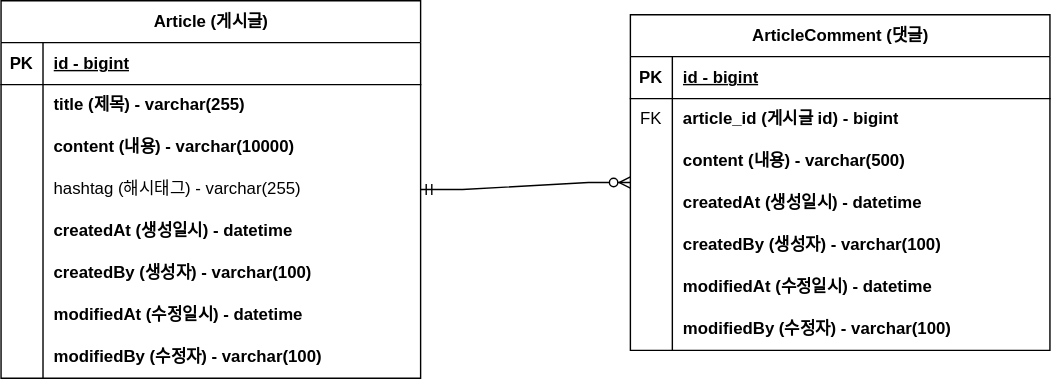
wch-os/board-project keeps this draw.io diagram as document/board-project-ERD.svg. Above is the earlier version. Source tidied: cells renumbered, new cells last; positions are measured from the earlier drawing's top-left corner, leaving out a move shared by most shapes.
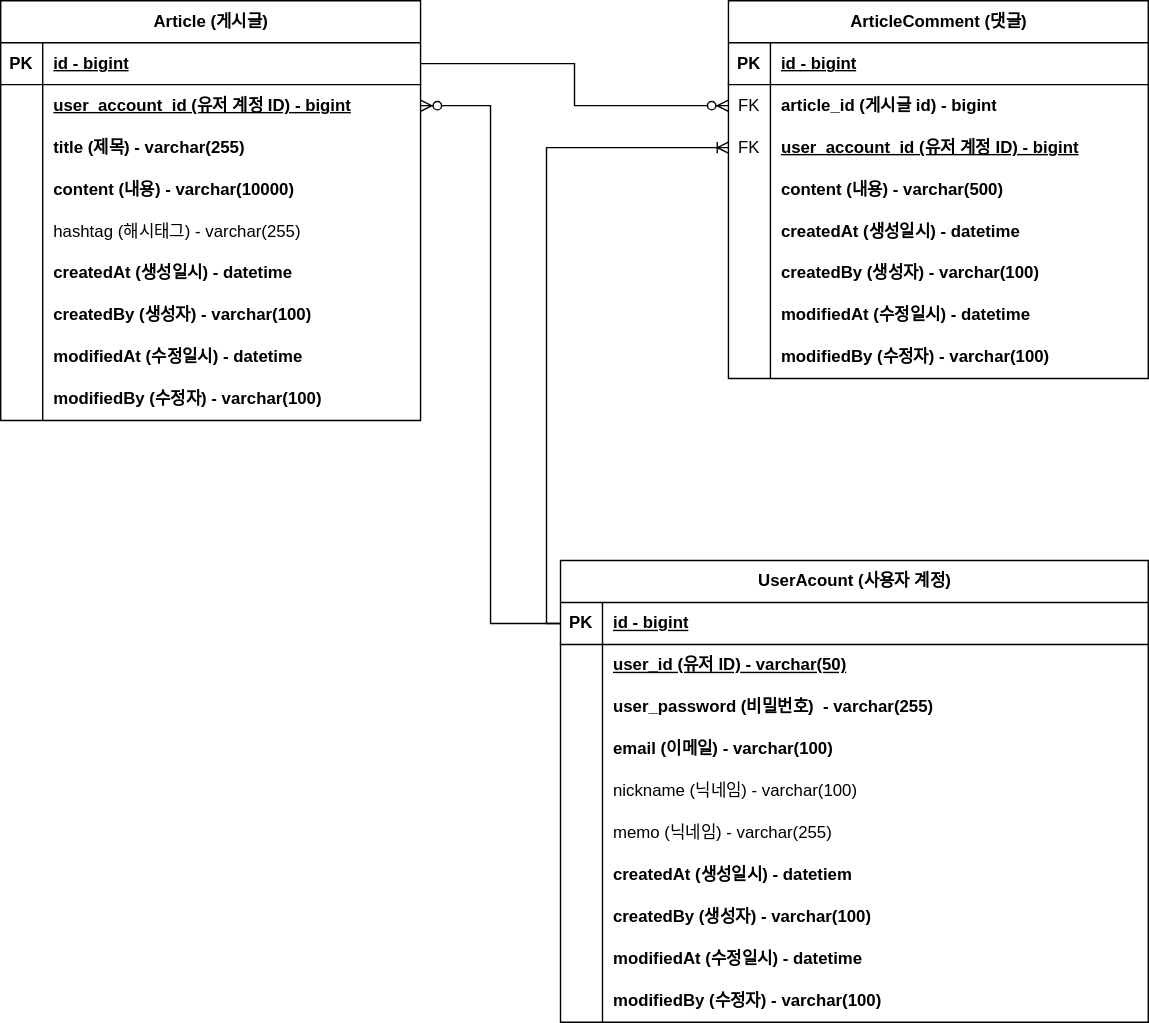
Above is the later version.

Commit message:
#19 - UserAccount 도메인 추가. board-project-ERD.svg update

Diff of the diagram source:
```diff
@@ -3,7 +3,7 @@
     <mxCell id="0" />
     <mxCell id="1" parent="0" />
     <mxCell id="2" value="Article (게시글)" style="shape=table;startSize=30;rowLines=0;fontStyle=1;align=center;html=1;" parent="1" vertex="1">
-      <mxGeometry width="300" height="270" as="geometry" />
+      <mxGeometry width="300" height="300" as="geometry" />
     </mxCell>
     <mxCell id="3" style="shape=tableRow;horizontal=0;startSize=0;swimlaneHead=0;swimlaneBody=0;fillColor=none;points=[[0,0.5],[1,0.5]];portConstraint=eastwest;top=0;left=0;right=0;bottom=1;" parent="2" vertex="1">
       <mxGeometry y="30" width="300" height="30" as="geometry" />
@@ -20,11 +20,20 @@
     <mxCell id="7" style="shape=partialRectangle;fillColor=none;top=0;left=0;bottom=0;right=0;overflow=hidden;whiteSpace=wrap;html=1;" parent="6" vertex="1">
       <mxGeometry width="30" height="30" as="geometry" />
     </mxCell>
-    <mxCell id="8" value="title (제목) - varchar(255)" style="shape=partialRectangle;fillColor=none;top=0;left=0;bottom=0;right=0;align=left;spacingLeft=6;overflow=hidden;whiteSpace=wrap;html=1;fontStyle=1;" parent="6" vertex="1">
+    <mxCell id="8" value="&lt;span style=&quot;text-decoration-line: underline;&quot;&gt;user_account_id (유저 계정 ID) - bigint&lt;/span&gt;" style="shape=partialRectangle;fillColor=none;top=0;left=0;bottom=0;right=0;align=left;spacingLeft=6;overflow=hidden;whiteSpace=wrap;html=1;fontStyle=1;" parent="6" vertex="1">
       <mxGeometry x="30" width="270" height="30" as="geometry" />
     </mxCell>
+    <mxCell id="50" style="shape=tableRow;horizontal=0;startSize=0;swimlaneHead=0;swimlaneBody=0;fillColor=none;top=0;left=0;right=0;bottom=0;" parent="2" vertex="1">
+      <mxGeometry y="90" width="300" height="30" as="geometry" />
+    </mxCell>
+    <mxCell id="51" style="shape=partialRectangle;fillColor=none;top=0;left=0;bottom=0;right=0;overflow=hidden;whiteSpace=wrap;html=1;" parent="50" vertex="1">
+      <mxGeometry width="30" height="30" as="geometry" />
+    </mxCell>
+    <mxCell id="52" value="title (제목) - varchar(255)" style="shape=partialRectangle;fillColor=none;top=0;left=0;bottom=0;right=0;align=left;spacingLeft=6;overflow=hidden;whiteSpace=wrap;html=1;fontStyle=1;" parent="50" vertex="1">
+      <mxGeometry x="30" width="270" height="30" as="geometry" />
+    </mxCell>
     <mxCell id="9" style="shape=tableRow;horizontal=0;startSize=0;swimlaneHead=0;swimlaneBody=0;fillColor=none;top=0;left=0;right=0;bottom=0;" parent="2" vertex="1">
-      <mxGeometry y="90" width="300" height="30" as="geometry" />
+      <mxGeometry y="120" width="300" height="30" as="geometry" />
     </mxCell>
     <mxCell id="10" style="shape=partialRectangle;fillColor=none;top=0;left=0;bottom=0;right=0;overflow=hidden;whiteSpace=wrap;html=1;" parent="9" vertex="1">
       <mxGeometry width="30" height="30" as="geometry" />
@@ -33,7 +42,7 @@
       <mxGeometry x="30" width="270" height="30" as="geometry" />
     </mxCell>
     <mxCell id="12" style="shape=tableRow;horizontal=0;startSize=0;swimlaneHead=0;swimlaneBody=0;fillColor=none;points=[[0,0.5],[1,0.5]];portConstraint=eastwest;top=0;left=0;right=0;bottom=0;" parent="2" vertex="1">
-      <mxGeometry y="120" width="300" height="30" as="geometry" />
+      <mxGeometry y="150" width="300" height="30" as="geometry" />
     </mxCell>
     <mxCell id="13" style="shape=partialRectangle;fillColor=none;top=0;left=0;bottom=0;right=0;overflow=hidden;whiteSpace=wrap;html=1;" parent="12" vertex="1">
       <mxGeometry width="30" height="30" as="geometry" />
@@ -42,7 +51,7 @@
       <mxGeometry x="30" width="270" height="30" as="geometry" />
     </mxCell>
     <mxCell id="15" style="shape=tableRow;horizontal=0;startSize=0;swimlaneHead=0;swimlaneBody=0;fillColor=none;top=0;left=0;right=0;bottom=0;" parent="2" vertex="1">
-      <mxGeometry y="150" width="300" height="30" as="geometry" />
+      <mxGeometry y="180" width="300" height="30" as="geometry" />
     </mxCell>
     <mxCell id="16" style="shape=partialRectangle;fillColor=none;top=0;left=0;bottom=0;right=0;overflow=hidden;whiteSpace=wrap;html=1;" parent="15" vertex="1">
       <mxGeometry width="30" height="30" as="geometry" />
@@ -51,7 +60,7 @@
       <mxGeometry x="30" width="270" height="30" as="geometry" />
     </mxCell>
     <mxCell id="18" style="shape=tableRow;horizontal=0;startSize=0;swimlaneHead=0;swimlaneBody=0;fillColor=none;top=0;left=0;right=0;bottom=0;" parent="2" vertex="1">
-      <mxGeometry y="180" width="300" height="30" as="geometry" />
+      <mxGeometry y="210" width="300" height="30" as="geometry" />
     </mxCell>
     <mxCell id="19" style="shape=partialRectangle;fillColor=none;top=0;left=0;bottom=0;right=0;overflow=hidden;whiteSpace=wrap;html=1;" parent="18" vertex="1">
       <mxGeometry width="30" height="30" as="geometry" />
@@ -60,7 +69,7 @@
       <mxGeometry x="30" width="270" height="30" as="geometry" />
     </mxCell>
     <mxCell id="21" style="shape=tableRow;horizontal=0;startSize=0;swimlaneHead=0;swimlaneBody=0;fillColor=none;top=0;left=0;right=0;bottom=0;" parent="2" vertex="1">
-      <mxGeometry y="210" width="300" height="30" as="geometry" />
+      <mxGeometry y="240" width="300" height="30" as="geometry" />
     </mxCell>
     <mxCell id="22" style="shape=partialRectangle;fillColor=none;top=0;left=0;bottom=0;right=0;overflow=hidden;whiteSpace=wrap;html=1;" parent="21" vertex="1">
       <mxGeometry width="30" height="30" as="geometry" />
@@ -69,7 +78,7 @@
       <mxGeometry x="30" width="270" height="30" as="geometry" />
     </mxCell>
     <mxCell id="24" style="shape=tableRow;horizontal=0;startSize=0;swimlaneHead=0;swimlaneBody=0;fillColor=none;top=0;left=0;right=0;bottom=0;" parent="2" vertex="1">
-      <mxGeometry y="240" width="300" height="30" as="geometry" />
+      <mxGeometry y="270" width="300" height="30" as="geometry" />
     </mxCell>
     <mxCell id="25" style="shape=partialRectangle;fillColor=none;top=0;left=0;bottom=0;right=0;overflow=hidden;whiteSpace=wrap;html=1;" parent="24" vertex="1">
       <mxGeometry width="30" height="30" as="geometry" />
@@ -78,7 +87,7 @@
       <mxGeometry x="30" width="270" height="30" as="geometry" />
     </mxCell>
     <mxCell id="27" value="ArticleComment (댓글)" style="shape=table;startSize=30;rowLines=0;fontStyle=1;align=center;html=1;" parent="1" vertex="1">
-      <mxGeometry x="450" y="10" width="300" height="240" as="geometry" />
+      <mxGeometry x="520" width="300" height="270" as="geometry" />
     </mxCell>
     <mxCell id="28" style="shape=tableRow;horizontal=0;startSize=0;swimlaneHead=0;swimlaneBody=0;fillColor=none;top=0;left=0;right=0;bottom=1;" parent="27" vertex="1">
       <mxGeometry y="30" width="300" height="30" as="geometry" />
@@ -98,8 +107,17 @@
     <mxCell id="33" value="article_id (게시글 id) - bigint" style="shape=partialRectangle;fillColor=none;top=0;left=0;bottom=0;right=0;align=left;spacingLeft=6;overflow=hidden;whiteSpace=wrap;html=1;fontStyle=1;" parent="31" vertex="1">
       <mxGeometry x="30" width="270" height="30" as="geometry" />
     </mxCell>
+    <mxCell id="53" style="shape=tableRow;horizontal=0;startSize=0;swimlaneHead=0;swimlaneBody=0;fillColor=none;points=[[0,0.5],[1,0.5]];portConstraint=eastwest;top=0;left=0;right=0;bottom=0;" parent="27" vertex="1">
+      <mxGeometry y="90" width="300" height="30" as="geometry" />
+    </mxCell>
+    <mxCell id="54" value="FK" style="shape=partialRectangle;fillColor=none;top=0;left=0;bottom=0;right=0;overflow=hidden;whiteSpace=wrap;html=1;" parent="53" vertex="1">
+      <mxGeometry width="30" height="30" as="geometry" />
+    </mxCell>
+    <mxCell id="55" value="&lt;span style=&quot;text-decoration-line: underline;&quot;&gt;user_account_id (유저 계정 ID) - bigint&lt;/span&gt;" style="shape=partialRectangle;fillColor=none;top=0;left=0;bottom=0;right=0;align=left;spacingLeft=6;overflow=hidden;whiteSpace=wrap;html=1;fontStyle=1;" parent="53" vertex="1">
+      <mxGeometry x="30" width="270" height="30" as="geometry" />
+    </mxCell>
     <mxCell id="34" style="shape=tableRow;horizontal=0;startSize=0;swimlaneHead=0;swimlaneBody=0;fillColor=none;top=0;left=0;right=0;bottom=0;" parent="27" vertex="1">
-      <mxGeometry y="90" width="300" height="30" as="geometry" />
+      <mxGeometry y="120" width="300" height="30" as="geometry" />
     </mxCell>
     <mxCell id="35" style="shape=partialRectangle;fillColor=none;top=0;left=0;bottom=0;right=0;overflow=hidden;whiteSpace=wrap;html=1;" parent="34" vertex="1">
       <mxGeometry width="30" height="30" as="geometry" />
@@ -108,7 +126,7 @@
       <mxGeometry x="30" width="270" height="30" as="geometry" />
     </mxCell>
     <mxCell id="37" style="shape=tableRow;horizontal=0;startSize=0;swimlaneHead=0;swimlaneBody=0;fillColor=none;top=0;left=0;right=0;bottom=0;" parent="27" vertex="1">
-      <mxGeometry y="120" width="300" height="30" as="geometry" />
+      <mxGeometry y="150" width="300" height="30" as="geometry" />
     </mxCell>
     <mxCell id="38" style="shape=partialRectangle;fillColor=none;top=0;left=0;bottom=0;right=0;overflow=hidden;whiteSpace=wrap;html=1;" parent="37" vertex="1">
       <mxGeometry width="30" height="30" as="geometry" />
@@ -117,7 +135,7 @@
       <mxGeometry x="30" width="270" height="30" as="geometry" />
     </mxCell>
     <mxCell id="40" style="shape=tableRow;horizontal=0;startSize=0;swimlaneHead=0;swimlaneBody=0;fillColor=none;top=0;left=0;right=0;bottom=0;" parent="27" vertex="1">
-      <mxGeometry y="150" width="300" height="30" as="geometry" />
+      <mxGeometry y="180" width="300" height="30" as="geometry" />
     </mxCell>
     <mxCell id="41" style="shape=partialRectangle;fillColor=none;top=0;left=0;bottom=0;right=0;overflow=hidden;whiteSpace=wrap;html=1;" parent="40" vertex="1">
       <mxGeometry width="30" height="30" as="geometry" />
@@ -126,7 +144,7 @@
       <mxGeometry x="30" width="270" height="30" as="geometry" />
     </mxCell>
     <mxCell id="43" style="shape=tableRow;horizontal=0;startSize=0;swimlaneHead=0;swimlaneBody=0;fillColor=none;top=0;left=0;right=0;bottom=0;" parent="27" vertex="1">
-      <mxGeometry y="180" width="300" height="30" as="geometry" />
+      <mxGeometry y="210" width="300" height="30" as="geometry" />
     </mxCell>
     <mxCell id="44" style="shape=partialRectangle;fillColor=none;top=0;left=0;bottom=0;right=0;overflow=hidden;whiteSpace=wrap;html=1;" parent="43" vertex="1">
       <mxGeometry width="30" height="30" as="geometry" />
@@ -135,7 +153,7 @@
       <mxGeometry x="30" width="270" height="30" as="geometry" />
     </mxCell>
     <mxCell id="46" style="shape=tableRow;horizontal=0;startSize=0;swimlaneHead=0;swimlaneBody=0;fillColor=none;top=0;left=0;right=0;bottom=0;" parent="27" vertex="1">
-      <mxGeometry y="210" width="300" height="30" as="geometry" />
+      <mxGeometry y="240" width="300" height="30" as="geometry" />
     </mxCell>
     <mxCell id="47" style="shape=partialRectangle;fillColor=none;top=0;left=0;bottom=0;right=0;overflow=hidden;whiteSpace=wrap;html=1;" parent="46" vertex="1">
       <mxGeometry width="30" height="30" as="geometry" />
@@ -143,8 +161,107 @@
     <mxCell id="48" value="modifiedBy (수정자) - varchar(100)" style="shape=partialRectangle;fillColor=none;top=0;left=0;bottom=0;right=0;align=left;spacingLeft=6;overflow=hidden;whiteSpace=wrap;html=1;fontStyle=1;" parent="46" vertex="1">
       <mxGeometry x="30" width="270" height="30" as="geometry" />
     </mxCell>
-    <mxCell id="49" style="edgeStyle=entityRelationEdgeStyle;fontSize=12;html=1;endArrow=ERzeroToMany;startArrow=ERmandOne;rounded=0;exitX=1;exitY=0.5;exitDx=0;exitDy=0;" parent="1" edge="1" source="12" target="27">
-      <mxGeometry relative="1" as="geometry" />
-    </mxCell>
+    <mxCell id="56" style="edgeStyle=orthogonalEdgeStyle;fontSize=12;html=1;endArrow=ERzeroToMany;endFill=1;rounded=0;exitX=1;exitY=0.5;exitDx=0;exitDy=0;entryX=0;entryY=0.5;entryDx=0;entryDy=0;" parent="1" edge="1" source="3" target="31">
+      <mxGeometry relative="1" as="geometry" />
+    </mxCell>
+    <mxCell id="57" value="UserAcount (사용자 계정)" style="shape=table;startSize=30;rowLines=0;fontStyle=1;align=center;html=1;" parent="1" vertex="1">
+      <mxGeometry x="400" y="400" width="420" height="330" as="geometry" />
+    </mxCell>
+    <mxCell id="58" style="shape=tableRow;horizontal=0;startSize=0;swimlaneHead=0;swimlaneBody=0;fillColor=none;points=[[0,0.5],[1,0.5]];portConstraint=eastwest;top=0;left=0;right=0;bottom=1;" parent="57" vertex="1">
+      <mxGeometry y="30" width="420" height="30" as="geometry" />
+    </mxCell>
+    <mxCell id="59" value="PK" style="shape=partialRectangle;fillColor=none;top=0;left=0;bottom=0;right=0;fontStyle=1;overflow=hidden;whiteSpace=wrap;html=1;" parent="58" vertex="1">
+      <mxGeometry width="30" height="30" as="geometry" />
+    </mxCell>
+    <mxCell id="60" value="id - bigint" style="shape=partialRectangle;fillColor=none;top=0;left=0;bottom=0;right=0;align=left;spacingLeft=6;fontStyle=5;overflow=hidden;whiteSpace=wrap;html=1;" parent="58" vertex="1">
+      <mxGeometry x="30" width="390" height="30" as="geometry" />
+    </mxCell>
+    <mxCell id="61" style="shape=tableRow;horizontal=0;startSize=0;swimlaneHead=0;swimlaneBody=0;fillColor=none;top=0;left=0;right=0;bottom=0;" parent="57" vertex="1">
+      <mxGeometry y="60" width="420" height="30" as="geometry" />
+    </mxCell>
+    <mxCell id="62" style="shape=partialRectangle;fillColor=none;top=0;left=0;bottom=0;right=0;overflow=hidden;whiteSpace=wrap;html=1;" parent="61" vertex="1">
+      <mxGeometry width="30" height="30" as="geometry" />
+    </mxCell>
+    <mxCell id="63" value="&lt;span style=&quot;font-weight: 700; text-decoration-line: underline;&quot;&gt;user_id (유저 ID) - varchar(50)&lt;/span&gt;" style="shape=partialRectangle;fillColor=none;top=0;left=0;bottom=0;right=0;align=left;spacingLeft=6;overflow=hidden;whiteSpace=wrap;html=1;" parent="61" vertex="1">
+      <mxGeometry x="30" width="390" height="30" as="geometry" />
+    </mxCell>
+    <mxCell id="64" style="shape=tableRow;horizontal=0;startSize=0;swimlaneHead=0;swimlaneBody=0;fillColor=none;top=0;left=0;right=0;bottom=0;" parent="57" vertex="1">
+      <mxGeometry y="90" width="420" height="30" as="geometry" />
+    </mxCell>
+    <mxCell id="65" style="shape=partialRectangle;fillColor=none;top=0;left=0;bottom=0;right=0;overflow=hidden;whiteSpace=wrap;html=1;" parent="64" vertex="1">
+      <mxGeometry width="30" height="30" as="geometry" />
+    </mxCell>
+    <mxCell id="66" value="&lt;b&gt;user_password (비밀번호)&amp;nbsp; - varchar(255)&lt;/b&gt;" style="shape=partialRectangle;fillColor=none;top=0;left=0;bottom=0;right=0;align=left;spacingLeft=6;overflow=hidden;whiteSpace=wrap;html=1;" parent="64" vertex="1">
+      <mxGeometry x="30" width="390" height="30" as="geometry" />
+    </mxCell>
+    <mxCell id="67" style="shape=tableRow;horizontal=0;startSize=0;swimlaneHead=0;swimlaneBody=0;fillColor=none;top=0;left=0;right=0;bottom=0;" parent="57" vertex="1">
+      <mxGeometry y="120" width="420" height="30" as="geometry" />
+    </mxCell>
+    <mxCell id="68" style="shape=partialRectangle;fillColor=none;top=0;left=0;bottom=0;right=0;overflow=hidden;whiteSpace=wrap;html=1;" parent="67" vertex="1">
+      <mxGeometry width="30" height="30" as="geometry" />
+    </mxCell>
+    <mxCell id="69" value="&lt;b&gt;email (이메일) - varchar(100)&lt;/b&gt;" style="shape=partialRectangle;fillColor=none;top=0;left=0;bottom=0;right=0;align=left;spacingLeft=6;overflow=hidden;whiteSpace=wrap;html=1;" parent="67" vertex="1">
+      <mxGeometry x="30" width="390" height="30" as="geometry" />
+    </mxCell>
+    <mxCell id="70" style="shape=tableRow;horizontal=0;startSize=0;swimlaneHead=0;swimlaneBody=0;fillColor=none;top=0;left=0;right=0;bottom=0;" parent="57" vertex="1">
+      <mxGeometry y="150" width="420" height="30" as="geometry" />
+    </mxCell>
+    <mxCell id="71" style="shape=partialRectangle;fillColor=none;top=0;left=0;bottom=0;right=0;overflow=hidden;whiteSpace=wrap;html=1;" parent="70" vertex="1">
+      <mxGeometry width="30" height="30" as="geometry" />
+    </mxCell>
+    <mxCell id="72" value="nickname (닉네임) - varchar(100)" style="shape=partialRectangle;fillColor=none;top=0;left=0;bottom=0;right=0;align=left;spacingLeft=6;overflow=hidden;whiteSpace=wrap;html=1;" parent="70" vertex="1">
+      <mxGeometry x="30" width="390" height="30" as="geometry" />
+    </mxCell>
+    <mxCell id="73" style="shape=tableRow;horizontal=0;startSize=0;swimlaneHead=0;swimlaneBody=0;fillColor=none;top=0;left=0;right=0;bottom=0;" parent="57" vertex="1">
+      <mxGeometry y="180" width="420" height="30" as="geometry" />
+    </mxCell>
+    <mxCell id="74" style="shape=partialRectangle;fillColor=none;top=0;left=0;bottom=0;right=0;overflow=hidden;whiteSpace=wrap;html=1;" parent="73" vertex="1">
+      <mxGeometry width="30" height="30" as="geometry" />
+    </mxCell>
+    <mxCell id="75" value="memo (닉네임) - varchar(255)" style="shape=partialRectangle;fillColor=none;top=0;left=0;bottom=0;right=0;align=left;spacingLeft=6;overflow=hidden;whiteSpace=wrap;html=1;" parent="73" vertex="1">
+      <mxGeometry x="30" width="390" height="30" as="geometry" />
+    </mxCell>
+    <mxCell id="76" style="shape=tableRow;horizontal=0;startSize=0;swimlaneHead=0;swimlaneBody=0;fillColor=none;top=0;left=0;right=0;bottom=0;" parent="57" vertex="1">
+      <mxGeometry y="210" width="420" height="30" as="geometry" />
+    </mxCell>
+    <mxCell id="77" style="shape=partialRectangle;fillColor=none;top=0;left=0;bottom=0;right=0;overflow=hidden;whiteSpace=wrap;html=1;" parent="76" vertex="1">
+      <mxGeometry width="30" height="30" as="geometry" />
+    </mxCell>
+    <mxCell id="78" value="createdAt (생성일시) - datetiem" style="shape=partialRectangle;fillColor=none;top=0;left=0;bottom=0;right=0;align=left;spacingLeft=6;overflow=hidden;whiteSpace=wrap;html=1;fontStyle=1;" parent="76" vertex="1">
+      <mxGeometry x="30" width="390" height="30" as="geometry" />
+    </mxCell>
+    <mxCell id="79" style="shape=tableRow;horizontal=0;startSize=0;swimlaneHead=0;swimlaneBody=0;fillColor=none;top=0;left=0;right=0;bottom=0;" parent="57" vertex="1">
+      <mxGeometry y="240" width="420" height="30" as="geometry" />
+    </mxCell>
+    <mxCell id="80" style="shape=partialRectangle;fillColor=none;top=0;left=0;bottom=0;right=0;overflow=hidden;whiteSpace=wrap;html=1;" parent="79" vertex="1">
+      <mxGeometry width="30" height="30" as="geometry" />
+    </mxCell>
+    <mxCell id="81" value="&lt;span style=&quot;font-weight: 700;&quot;&gt;createdBy (생성자) - varchar(100)&lt;/span&gt;" style="shape=partialRectangle;fillColor=none;top=0;left=0;bottom=0;right=0;align=left;spacingLeft=6;overflow=hidden;whiteSpace=wrap;html=1;" parent="79" vertex="1">
+      <mxGeometry x="30" width="390" height="30" as="geometry" />
+    </mxCell>
+    <mxCell id="82" style="shape=tableRow;horizontal=0;startSize=0;swimlaneHead=0;swimlaneBody=0;fillColor=none;top=0;left=0;right=0;bottom=0;" parent="57" vertex="1">
+      <mxGeometry y="270" width="420" height="30" as="geometry" />
+    </mxCell>
+    <mxCell id="83" style="shape=partialRectangle;fillColor=none;top=0;left=0;bottom=0;right=0;overflow=hidden;whiteSpace=wrap;html=1;" parent="82" vertex="1">
+      <mxGeometry width="30" height="30" as="geometry" />
+    </mxCell>
+    <mxCell id="84" value="&lt;span style=&quot;font-weight: 700;&quot;&gt;modifiedAt (수정일시) - datetime&lt;/span&gt;" style="shape=partialRectangle;fillColor=none;top=0;left=0;bottom=0;right=0;align=left;spacingLeft=6;overflow=hidden;whiteSpace=wrap;html=1;" parent="82" vertex="1">
+      <mxGeometry x="30" width="390" height="30" as="geometry" />
+    </mxCell>
+    <mxCell id="85" style="shape=tableRow;horizontal=0;startSize=0;swimlaneHead=0;swimlaneBody=0;fillColor=none;top=0;left=0;right=0;bottom=0;" parent="57" vertex="1">
+      <mxGeometry y="300" width="420" height="30" as="geometry" />
+    </mxCell>
+    <mxCell id="86" style="shape=partialRectangle;fillColor=none;top=0;left=0;bottom=0;right=0;overflow=hidden;whiteSpace=wrap;html=1;" parent="85" vertex="1">
+      <mxGeometry width="30" height="30" as="geometry" />
+    </mxCell>
+    <mxCell id="87" value="&lt;span style=&quot;font-weight: 700;&quot;&gt;modifiedBy (수정자) - varchar(100)&lt;/span&gt;" style="shape=partialRectangle;fillColor=none;top=0;left=0;bottom=0;right=0;align=left;spacingLeft=6;overflow=hidden;whiteSpace=wrap;html=1;" parent="85" vertex="1">
+      <mxGeometry x="30" width="390" height="30" as="geometry" />
+    </mxCell>
+    <mxCell id="88" style="edgeStyle=orthogonalEdgeStyle;fontSize=12;html=1;endArrow=ERzeroToMany;endFill=1;rounded=0;exitX=0;exitY=0.5;exitDx=0;exitDy=0;entryX=1;entryY=0.5;entryDx=0;entryDy=0;" parent="1" edge="1" source="58" target="6">
+      <mxGeometry relative="1" as="geometry" />
+    </mxCell>
+    <mxCell id="89" style="edgeStyle=orthogonalEdgeStyle;fontSize=12;html=1;endArrow=ERoneToMany;rounded=0;entryX=0;entryY=0.5;entryDx=0;entryDy=0;exitX=0;exitY=0.5;exitDx=0;exitDy=0;" parent="1" edge="1" source="58" target="53">
+      <mxGeometry relative="1" as="geometry" />
+    </mxCell>
   </root>
 </mxGraphModel>
```
